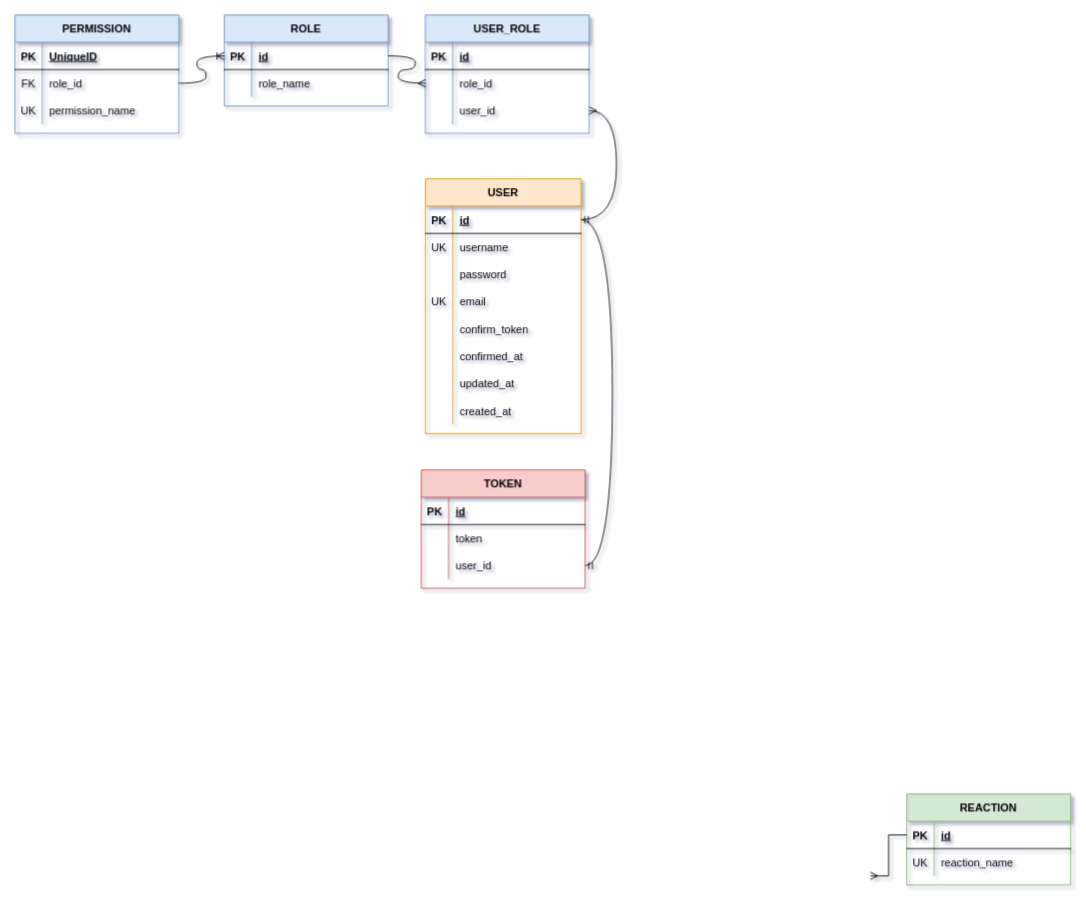
The draw.io diagram ER.drawio in ddbdev/Ticket-System-Spring-Boot, before the edit. Source tidied: cells renumbered, new cells numbered last; positions are measured from the earlier drawing's top-left corner, leaving out a move shared by most shapes. Both pictures are drawn from the tidied source at 91%, with x=0, y=0 at pixel (15, 15).
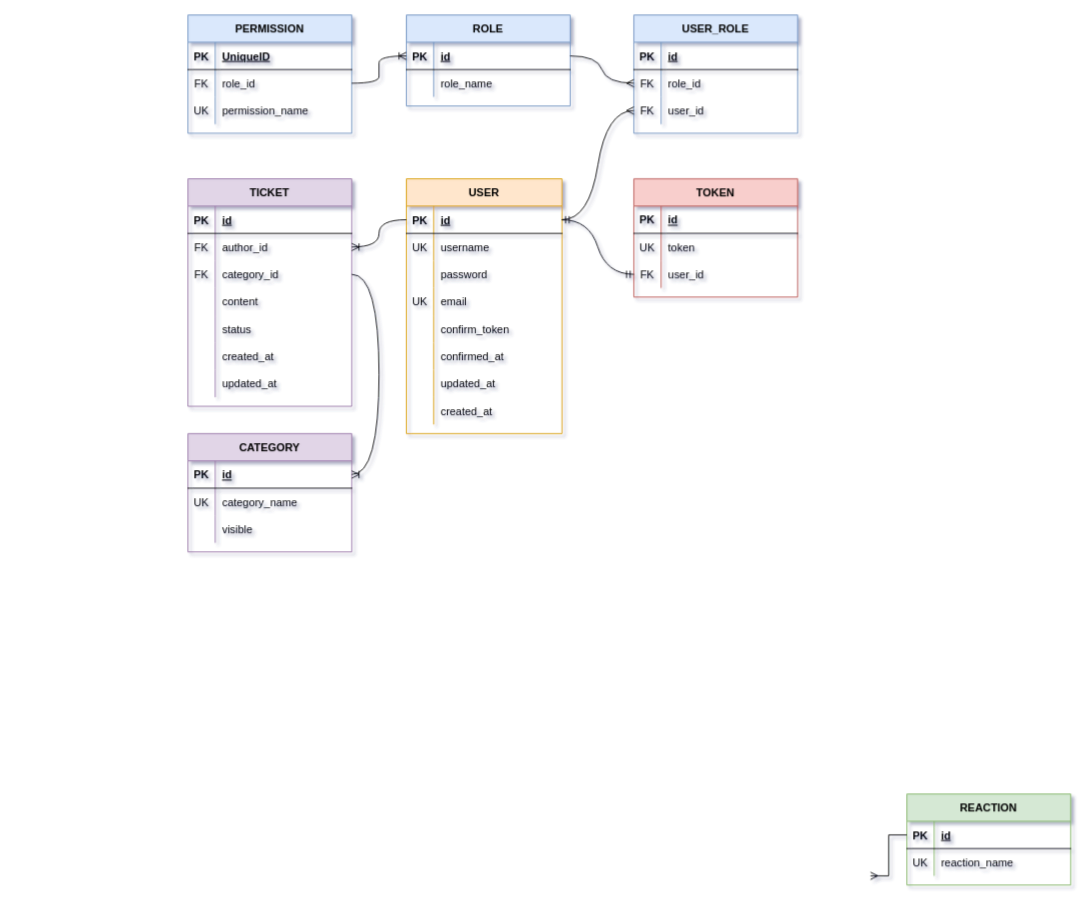
The same page after the edit.

Unchanged cells that the change refers to:
```xml
<mxCell id="3" style="shape=tableRow;horizontal=0;startSize=0;swimlaneHead=0;swimlaneBody=0;fillColor=none;points=[[0,0.5],[1,0.5]];portConstraint=eastwest;top=0;left=0;right=0;bottom=1;" parent="2" vertex="1">
  <mxGeometry y="30" width="171" height="30" as="geometry" />
</mxCell>
<mxCell id="57" style="shape=tableRow;horizontal=0;startSize=0;swimlaneHead=0;swimlaneBody=0;fillColor=none;points=[[0,0.5],[1,0.5]];portConstraint=eastwest;top=0;left=0;right=0;bottom=0;" parent="53" vertex="1">
  <mxGeometry y="60" width="180" height="30" as="geometry" />
</mxCell>
<mxCell id="60" style="shape=tableRow;horizontal=0;startSize=0;swimlaneHead=0;swimlaneBody=0;fillColor=none;points=[[0,0.5],[1,0.5]];portConstraint=eastwest;top=0;left=0;right=0;bottom=0;" parent="53" vertex="1">
  <mxGeometry y="90" width="180" height="30" as="geometry" />
</mxCell>
<mxCell id="69" style="shape=tableRow;horizontal=0;startSize=0;swimlaneHead=0;swimlaneBody=0;fillColor=none;top=0;left=0;right=0;bottom=0;" parent="65" vertex="1">
  <mxGeometry y="60" width="180" height="30" as="geometry" />
</mxCell>
<mxCell id="72" style="shape=tableRow;horizontal=0;startSize=0;swimlaneHead=0;swimlaneBody=0;fillColor=none;points=[[0,0.5],[1,0.5]];portConstraint=eastwest;top=0;left=0;right=0;bottom=0;" parent="65" vertex="1">
  <mxGeometry y="90" width="180" height="30" as="geometry" />
</mxCell>
```

Change to the diagram source:
```diff
@@
     <mxCell id="2" value="USER" style="shape=table;startSize=30;childLayout=tableLayout;rowLines=0;fontStyle=1;align=center;fillColor=#ffe6cc;strokeColor=#d79b00;" parent="1" vertex="1">
-      <mxGeometry x="451" y="180" width="171" height="280" as="geometry" />
+      <mxGeometry x="430" y="180" width="171" height="280" as="geometry" />
     </mxCell>
@@
     <mxCell id="35" value="ROLE" style="shape=table;startSize=30;childLayout=tableLayout;rowLines=0;fontStyle=1;align=center;fillColor=#dae8fc;strokeColor=#6c8ebf;direction=east;noLabel=0;perimeter=rectanglePerimeter;backgroundOutline=0;" parent="1" vertex="1">
-      <mxGeometry x="230" width="180" height="100" as="geometry" />
+      <mxGeometry x="430" width="180" height="100" as="geometry" />
     </mxCell>
@@
     <mxCell id="42" value="PERMISSION" style="shape=table;startSize=30;childLayout=tableLayout;rowLines=0;fontStyle=1;align=center;fillColor=#dae8fc;strokeColor=#6c8ebf;" parent="1" vertex="1">
-      <mxGeometry width="180" height="130" as="geometry" />
+      <mxGeometry x="190" width="180" height="130" as="geometry" />
     </mxCell>
@@
     <mxCell id="53" value="USER_ROLE" style="shape=table;startSize=30;childLayout=tableLayout;rowLines=0;fontStyle=1;align=center;fillColor=#dae8fc;strokeColor=#6c8ebf;" parent="1" vertex="1">
-      <mxGeometry x="451" width="180" height="130" as="geometry" />
+      <mxGeometry x="680" width="180" height="130" as="geometry" />
     </mxCell>
@@
-    <mxCell id="58" style="shape=partialRectangle;fillColor=none;top=0;left=0;bottom=0;right=0;overflow=hidden;" parent="57" vertex="1">
+    <mxCell id="58" value="FK" style="shape=partialRectangle;fillColor=none;top=0;left=0;bottom=0;right=0;overflow=hidden;" parent="57" vertex="1">
       <mxGeometry width="30" height="30" as="geometry" />
     </mxCell>
@@
-    <mxCell id="61" style="shape=partialRectangle;fillColor=none;top=0;left=0;bottom=0;right=0;overflow=hidden;" parent="60" vertex="1">
+    <mxCell id="61" value="FK" style="shape=partialRectangle;fillColor=none;top=0;left=0;bottom=0;right=0;overflow=hidden;" parent="60" vertex="1">
       <mxGeometry width="30" height="30" as="geometry" />
     </mxCell>
@@
     <mxCell id="65" value="TOKEN" style="shape=table;startSize=30;childLayout=tableLayout;rowLines=0;fontStyle=1;align=center;fillColor=#f8cecc;strokeColor=#b85450;" parent="1" vertex="1">
-      <mxGeometry x="446.5" y="500" width="180" height="130" as="geometry" />
+      <mxGeometry x="680" y="180" width="180" height="130" as="geometry" />
     </mxCell>
@@
-    <mxCell id="70" style="shape=partialRectangle;fillColor=none;top=0;left=0;bottom=0;right=0;overflow=hidden;" parent="69" vertex="1">
+    <mxCell id="70" value="UK" style="shape=partialRectangle;fillColor=none;top=0;left=0;bottom=0;right=0;overflow=hidden;" parent="69" vertex="1">
       <mxGeometry width="30" height="30" as="geometry" />
     </mxCell>
@@
-    <mxCell id="73" style="shape=partialRectangle;fillColor=none;top=0;left=0;bottom=0;right=0;overflow=hidden;" parent="72" vertex="1">
+    <mxCell id="73" value="FK" style="shape=partialRectangle;fillColor=none;top=0;left=0;bottom=0;right=0;overflow=hidden;" parent="72" vertex="1">
       <mxGeometry width="30" height="30" as="geometry" />
     </mxCell>
@@
+    <mxCell id="76" value="TICKET" style="shape=table;startSize=30;childLayout=tableLayout;rowLines=0;fontStyle=1;align=center;fillColor=#e1d5e7;strokeColor=#9673a6;" parent="1" vertex="1">
+      <mxGeometry x="190" y="180" width="180" height="250" as="geometry" />
+    </mxCell>
+    <mxCell id="77" style="shape=tableRow;horizontal=0;startSize=0;swimlaneHead=0;swimlaneBody=0;fillColor=none;top=0;left=0;right=0;bottom=1;" parent="76" vertex="1">
+      <mxGeometry y="30" width="180" height="30" as="geometry" />
+    </mxCell>
+    <mxCell id="78" value="PK" style="shape=partialRectangle;fillColor=none;top=0;left=0;bottom=0;right=0;fontStyle=1;overflow=hidden;" parent="77" vertex="1">
+      <mxGeometry width="30" height="30" as="geometry" />
+    </mxCell>
+    <mxCell id="79" value="id" style="shape=partialRectangle;fillColor=none;top=0;left=0;bottom=0;right=0;align=left;spacingLeft=6;fontStyle=5;overflow=hidden;" parent="77" vertex="1">
+      <mxGeometry x="30" width="150" height="30" as="geometry" />
+    </mxCell>
+    <mxCell id="80" style="shape=tableRow;horizontal=0;startSize=0;swimlaneHead=0;swimlaneBody=0;fillColor=none;points=[[0,0.5],[1,0.5]];portConstraint=eastwest;top=0;left=0;right=0;bottom=0;" parent="76" vertex="1">
+      <mxGeometry y="60" width="180" height="30" as="geometry" />
+    </mxCell>
+    <mxCell id="81" value="FK" style="shape=partialRectangle;fillColor=none;top=0;left=0;bottom=0;right=0;overflow=hidden;" parent="80" vertex="1">
+      <mxGeometry width="30" height="30" as="geometry" />
+    </mxCell>
+    <mxCell id="82" value="author_id" style="shape=partialRectangle;fillColor=none;top=0;left=0;bottom=0;right=0;align=left;spacingLeft=6;overflow=hidden;" parent="80" vertex="1">
+      <mxGeometry x="30" width="150" height="30" as="geometry" />
+    </mxCell>
+    <mxCell id="83" style="shape=tableRow;horizontal=0;startSize=0;swimlaneHead=0;swimlaneBody=0;fillColor=none;points=[[0,0.5],[1,0.5]];portConstraint=eastwest;top=0;left=0;right=0;bottom=0;" parent="76" vertex="1">
+      <mxGeometry y="90" width="180" height="30" as="geometry" />
+    </mxCell>
+    <mxCell id="84" value="FK" style="shape=partialRectangle;fillColor=none;top=0;left=0;bottom=0;right=0;overflow=hidden;" parent="83" vertex="1">
+      <mxGeometry width="30" height="30" as="geometry" />
+    </mxCell>
+    <mxCell id="85" value="category_id" style="shape=partialRectangle;fillColor=none;top=0;left=0;bottom=0;right=0;align=left;spacingLeft=6;overflow=hidden;" parent="83" vertex="1">
+      <mxGeometry x="30" width="150" height="30" as="geometry" />
+    </mxCell>
+    <mxCell id="86" style="shape=tableRow;horizontal=0;startSize=0;swimlaneHead=0;swimlaneBody=0;fillColor=none;top=0;left=0;right=0;bottom=0;" parent="76" vertex="1">
+      <mxGeometry y="120" width="180" height="30" as="geometry" />
+    </mxCell>
+    <mxCell id="87" style="shape=partialRectangle;fillColor=none;top=0;left=0;bottom=0;right=0;overflow=hidden;" parent="86" vertex="1">
+      <mxGeometry width="30" height="30" as="geometry" />
+    </mxCell>
+    <mxCell id="88" value="content" style="shape=partialRectangle;fillColor=none;top=0;left=0;bottom=0;right=0;align=left;spacingLeft=6;overflow=hidden;" parent="86" vertex="1">
+      <mxGeometry x="30" width="150" height="30" as="geometry" />
+    </mxCell>
+    <mxCell id="89" style="shape=tableRow;horizontal=0;startSize=0;swimlaneHead=0;swimlaneBody=0;fillColor=none;top=0;left=0;right=0;bottom=0;" parent="76" vertex="1">
+      <mxGeometry y="150" width="180" height="30" as="geometry" />
+    </mxCell>
+    <mxCell id="90" style="shape=partialRectangle;fillColor=none;top=0;left=0;bottom=0;right=0;overflow=hidden;" parent="89" vertex="1">
+      <mxGeometry width="30" height="30" as="geometry" />
+    </mxCell>
+    <mxCell id="91" value="status" style="shape=partialRectangle;fillColor=none;top=0;left=0;bottom=0;right=0;align=left;spacingLeft=6;overflow=hidden;" parent="89" vertex="1">
+      <mxGeometry x="30" width="150" height="30" as="geometry" />
+    </mxCell>
+    <mxCell id="92" style="shape=tableRow;horizontal=0;startSize=0;swimlaneHead=0;swimlaneBody=0;fillColor=none;top=0;left=0;right=0;bottom=0;" parent="76" vertex="1">
+      <mxGeometry y="180" width="180" height="30" as="geometry" />
+    </mxCell>
+    <mxCell id="93" style="shape=partialRectangle;fillColor=none;top=0;left=0;bottom=0;right=0;overflow=hidden;" parent="92" vertex="1">
+      <mxGeometry width="30" height="30" as="geometry" />
+    </mxCell>
+    <mxCell id="94" value="created_at" style="shape=partialRectangle;fillColor=none;top=0;left=0;bottom=0;right=0;align=left;spacingLeft=6;overflow=hidden;" parent="92" vertex="1">
+      <mxGeometry x="30" width="150" height="30" as="geometry" />
+    </mxCell>
+    <mxCell id="95" style="shape=tableRow;horizontal=0;startSize=0;swimlaneHead=0;swimlaneBody=0;fillColor=none;top=0;left=0;right=0;bottom=0;" parent="76" vertex="1">
+      <mxGeometry y="210" width="180" height="30" as="geometry" />
+    </mxCell>
+    <mxCell id="96" style="shape=partialRectangle;fillColor=none;top=0;left=0;bottom=0;right=0;overflow=hidden;" parent="95" vertex="1">
+      <mxGeometry width="30" height="30" as="geometry" />
+    </mxCell>
+    <mxCell id="97" value="updated_at" style="shape=partialRectangle;fillColor=none;top=0;left=0;bottom=0;right=0;align=left;spacingLeft=6;overflow=hidden;" parent="95" vertex="1">
+      <mxGeometry x="30" width="150" height="30" as="geometry" />
+    </mxCell>
+    <mxCell id="98" style="edgeStyle=entityRelationEdgeStyle;fontSize=12;html=1;endArrow=ERoneToMany;curved=1;" parent="1" edge="1" source="3" target="80">
+      <mxGeometry relative="1" as="geometry" />
+    </mxCell>
+    <mxCell id="99" value="CATEGORY" style="shape=table;startSize=30;childLayout=tableLayout;rowLines=0;fontStyle=1;align=center;fillColor=#e1d5e7;strokeColor=#9673a6;" parent="1" vertex="1">
+      <mxGeometry x="190" y="460" width="180" height="130" as="geometry" />
+    </mxCell>
+    <mxCell id="100" style="shape=tableRow;horizontal=0;startSize=0;swimlaneHead=0;swimlaneBody=0;fillColor=none;points=[[0,0.5],[1,0.5]];portConstraint=eastwest;top=0;left=0;right=0;bottom=1;" parent="99" vertex="1">
+      <mxGeometry y="30" width="180" height="30" as="geometry" />
+    </mxCell>
+    <mxCell id="101" value="PK" style="shape=partialRectangle;fillColor=none;top=0;left=0;bottom=0;right=0;fontStyle=1;overflow=hidden;" parent="100" vertex="1">
+      <mxGeometry width="30" height="30" as="geometry" />
+    </mxCell>
+    <mxCell id="102" value="id" style="shape=partialRectangle;fillColor=none;top=0;left=0;bottom=0;right=0;align=left;spacingLeft=6;fontStyle=5;overflow=hidden;" parent="100" vertex="1">
+      <mxGeometry x="30" width="150" height="30" as="geometry" />
+    </mxCell>
+    <mxCell id="103" style="shape=tableRow;horizontal=0;startSize=0;swimlaneHead=0;swimlaneBody=0;fillColor=none;top=0;left=0;right=0;bottom=0;" parent="99" vertex="1">
+      <mxGeometry y="60" width="180" height="30" as="geometry" />
+    </mxCell>
+    <mxCell id="104" value="UK" style="shape=partialRectangle;fillColor=none;top=0;left=0;bottom=0;right=0;overflow=hidden;" parent="103" vertex="1">
+      <mxGeometry width="30" height="30" as="geometry" />
+    </mxCell>
+    <mxCell id="105" value="category_name" style="shape=partialRectangle;fillColor=none;top=0;left=0;bottom=0;right=0;align=left;spacingLeft=6;overflow=hidden;" parent="103" vertex="1">
+      <mxGeometry x="30" width="150" height="30" as="geometry" />
+    </mxCell>
+    <mxCell id="106" style="shape=tableRow;horizontal=0;startSize=0;swimlaneHead=0;swimlaneBody=0;fillColor=none;top=0;left=0;right=0;bottom=0;" parent="99" vertex="1">
+      <mxGeometry y="90" width="180" height="30" as="geometry" />
+    </mxCell>
+    <mxCell id="107" style="shape=partialRectangle;fillColor=none;top=0;left=0;bottom=0;right=0;overflow=hidden;" parent="106" vertex="1">
+      <mxGeometry width="30" height="30" as="geometry" />
+    </mxCell>
+    <mxCell id="108" value="visible" style="shape=partialRectangle;fillColor=none;top=0;left=0;bottom=0;right=0;align=left;spacingLeft=6;overflow=hidden;" parent="106" vertex="1">
+      <mxGeometry x="30" width="150" height="30" as="geometry" />
+    </mxCell>
+    <mxCell id="109" style="edgeStyle=entityRelationEdgeStyle;fontSize=12;html=1;endArrow=ERoneToMany;curved=1;" parent="1" edge="1" source="83" target="100">
+      <mxGeometry relative="1" as="geometry" />
+    </mxCell>
```
